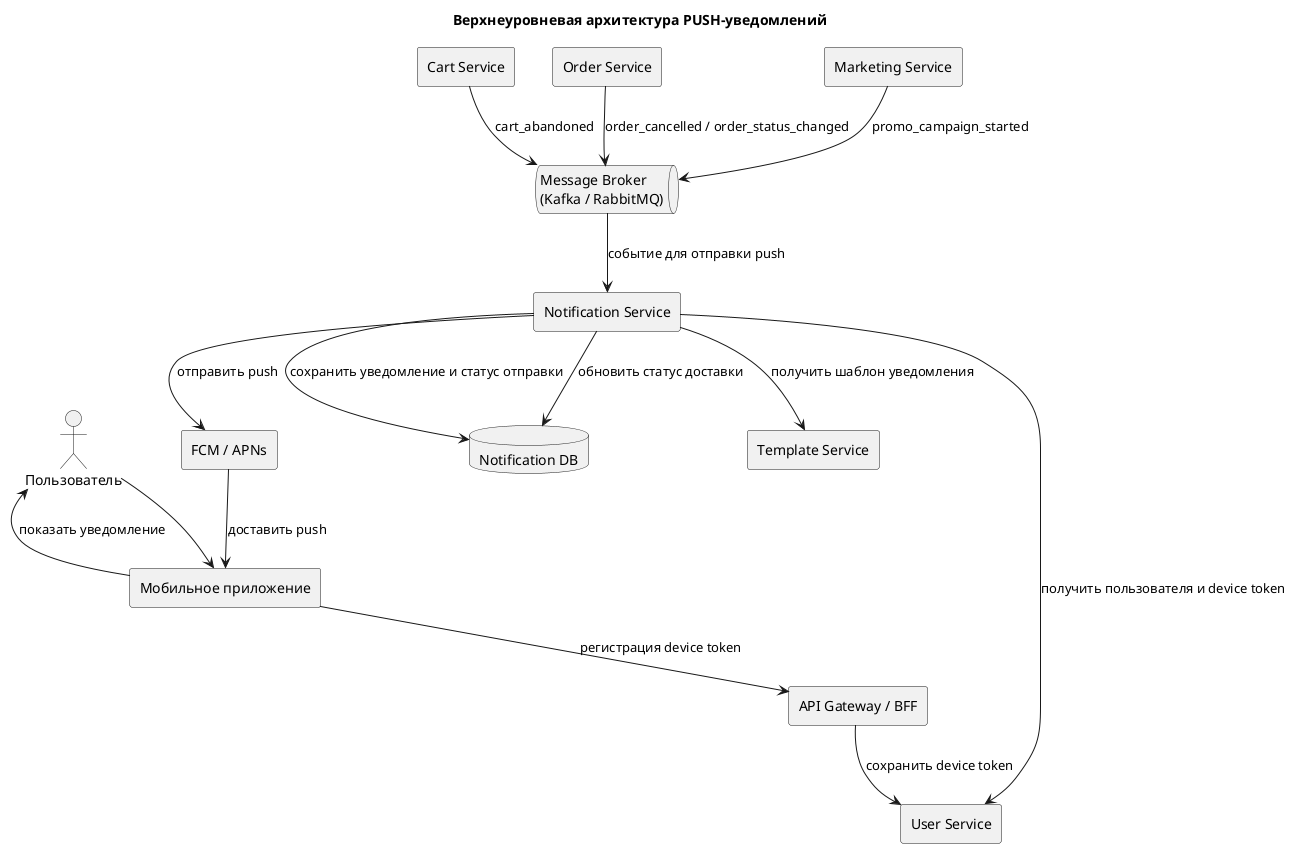
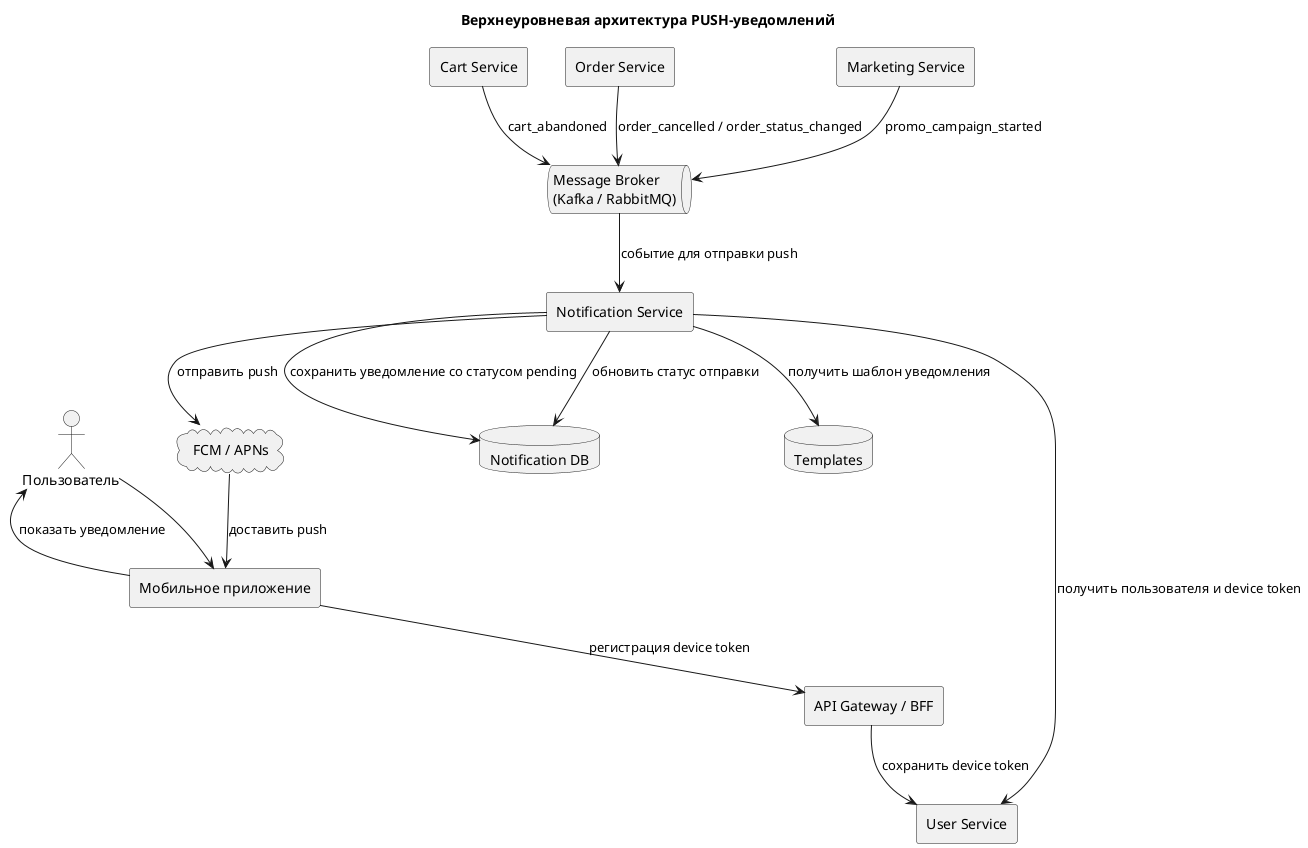
- 
@startuml
title Верхнеуровневая архитектура PUSH-уведомлений

skinparam componentStyle rectangle

actor "Пользователь" as User

component "Мобильное приложение" as Mobile
component "API Gateway / BFF" as BFF
component "User Service" as UserService
component "Cart Service" as CartService
component "Order Service" as OrderService
component "Marketing Service" as MarketingService
queue "Message Broker\n(Kafka / RabbitMQ)" as Broker
component "Notification Service" as NotificationService
database "Notification DB" as NotificationDB
- component "Template Service" as TemplateService
- component "FCM / APNs" as PushProvider
+ database "Templates" as Templates
+ cloud "FCM / APNs" as PushProvider

User --> Mobile
+ 
Mobile --> BFF: регистрация device token
BFF --> UserService: сохранить device token

CartService --> Broker: cart_abandoned
OrderService --> Broker: order_cancelled / order_status_changed
MarketingService --> Broker: promo_campaign_started

Broker --> NotificationService: событие для отправки push

NotificationService --> UserService: получить пользователя и device token
- NotificationService --> TemplateService: получить шаблон уведомления
- NotificationService --> NotificationDB: сохранить уведомление и статус отправки
+ NotificationService --> Templates: получить шаблон уведомления
+ NotificationService --> NotificationDB: сохранить уведомление со статусом pending
NotificationService --> PushProvider: отправить push
PushProvider --> Mobile: доставить push
Mobile --> User: показать уведомление

- NotificationService --> NotificationDB: обновить статус доставки
+ NotificationService --> NotificationDB: обновить статус отправки

@enduml
